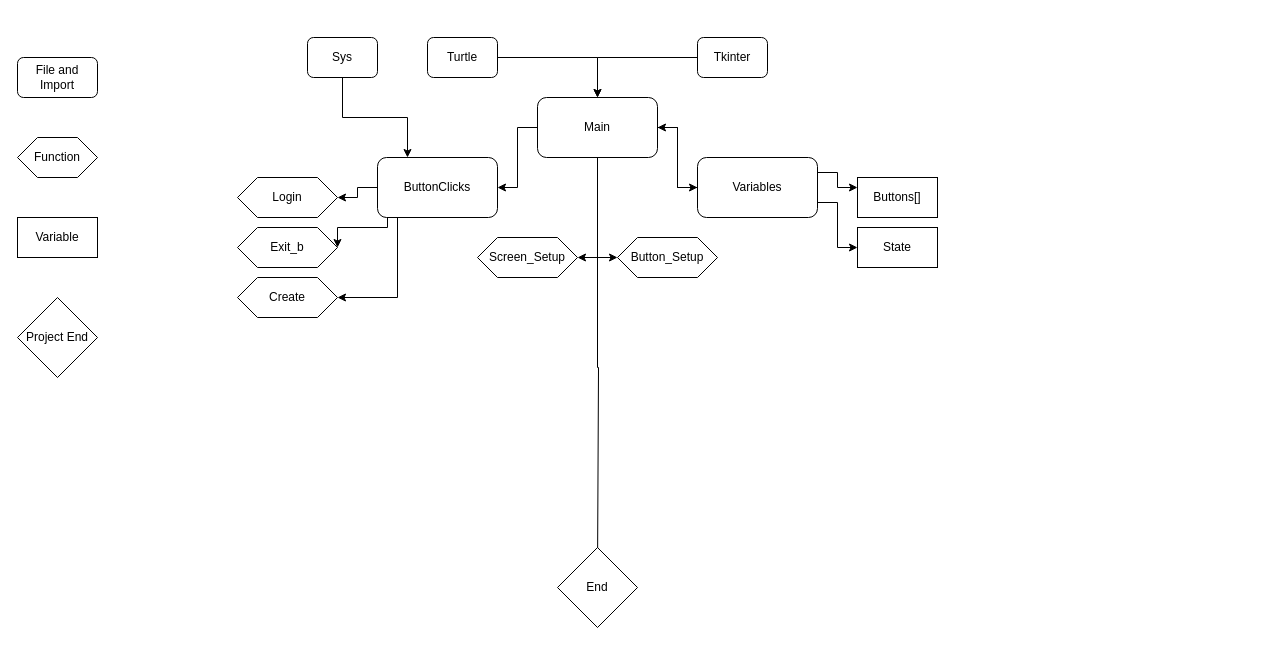
Above: BankingSystem.drawio in GibsonHolben/BankingPythonProject (draw.io), before the change. Source tidied: cells renumbered, new cells numbered last; positions are measured from the earlier drawing's top-left corner, leaving out a move shared by most shapes. Both pictures are drawn from the tidied source at 100%, with x=0, y=0 at pixel (17, 37).
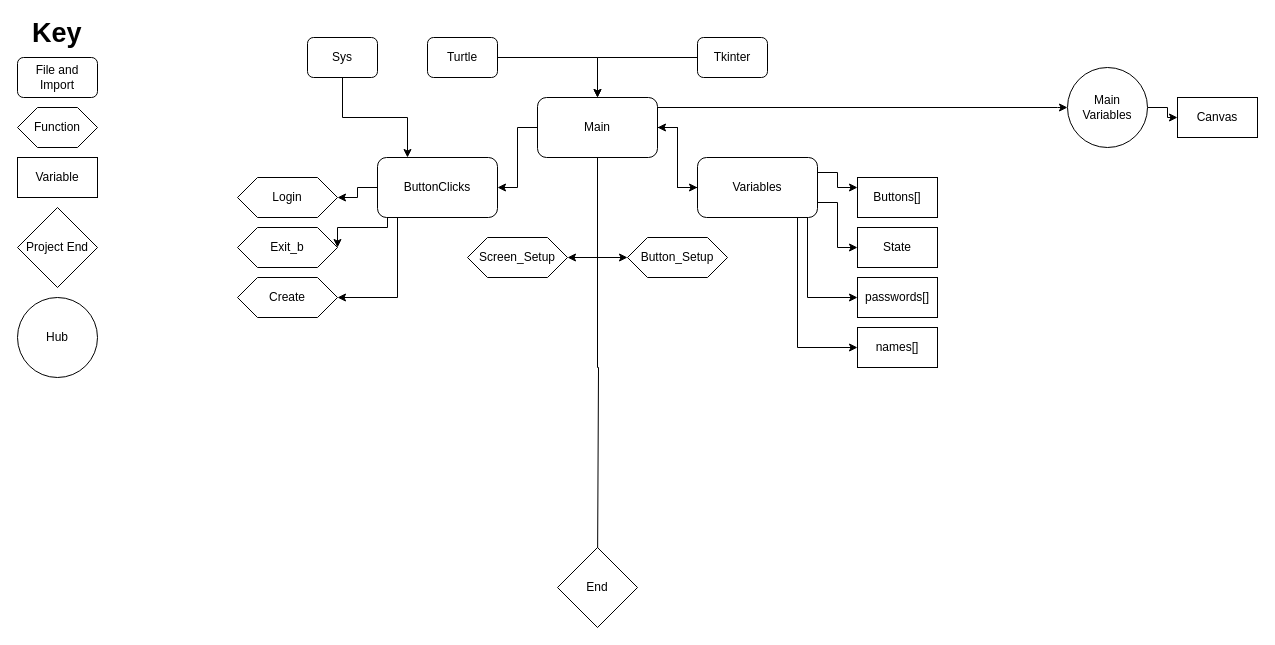
Above is the later version.

The change refers to these unchanged cells:
```xml
<mxCell id="7" value="Main" style="rounded=1;whiteSpace=wrap;html=1;" parent="1" vertex="1">
  <mxGeometry x="520" y="60" width="120" height="60" as="geometry" />
</mxCell>
<mxCell id="15" value="Variables" style="rounded=1;whiteSpace=wrap;html=1;" parent="1" vertex="1">
  <mxGeometry x="680" y="120" width="120" height="60" as="geometry" />
</mxCell>
```

Diff of the diagram source:
```diff
@@
+    <mxCell id="34" style="edgeStyle=orthogonalEdgeStyle;rounded=0;jettySize=auto;html=1;exitX=1;exitY=0.25;exitDx=0;exitDy=0;entryX=0;entryY=0.5;entryDx=0;entryDy=0;" parent="1" edge="1" source="7" target="40">
+      <mxGeometry relative="1" as="geometry">
+        <Array as="points">
+          <mxPoint x="640" y="70" />
+          <mxPoint x="1040" y="70" />
+        </Array>
+      </mxGeometry>
+    </mxCell>
@@
+    <mxCell id="35" style="edgeStyle=orthogonalEdgeStyle;rounded=0;jettySize=auto;html=1;exitX=0.75;exitY=1;exitDx=0;exitDy=0;entryX=0;entryY=0.5;entryDx=0;entryDy=0;" parent="1" edge="1" source="15" target="42">
+      <mxGeometry relative="1" as="geometry">
+        <Array as="points">
+          <mxPoint x="790" y="180" />
+          <mxPoint x="790" y="260" />
+        </Array>
+      </mxGeometry>
+    </mxCell>
+    <mxCell id="36" style="edgeStyle=orthogonalEdgeStyle;rounded=0;jettySize=auto;html=1;exitX=0.5;exitY=1;exitDx=0;exitDy=0;entryX=0;entryY=0.5;entryDx=0;entryDy=0;" parent="1" edge="1" source="15" target="43">
+      <mxGeometry relative="1" as="geometry">
+        <Array as="points">
+          <mxPoint x="780" y="180" />
+          <mxPoint x="780" y="310" />
+        </Array>
+      </mxGeometry>
+    </mxCell>
@@
     <mxCell id="21" value="Function" style="shape=hexagon;perimeter=hexagonPerimeter2;whiteSpace=wrap;html=1;fixedSize=1;" parent="1" vertex="1">
-      <mxGeometry y="100" width="80" height="40" as="geometry" />
+      <mxGeometry y="70" width="80" height="40" as="geometry" />
     </mxCell>
@@
     <mxCell id="24" value="Variable" style="rounded=0;whiteSpace=wrap;html=1;" parent="1" vertex="1">
-      <mxGeometry y="180" width="80" height="40" as="geometry" />
+      <mxGeometry y="120" width="80" height="40" as="geometry" />
     </mxCell>
@@
     <mxCell id="27" value="Project End" style="rhombus;whiteSpace=wrap;html=1;" parent="1" vertex="1">
-      <mxGeometry y="260" width="80" height="80" as="geometry" />
+      <mxGeometry y="170" width="80" height="80" as="geometry" />
     </mxCell>
@@
     <mxCell id="32" value="Screen_Setup" style="shape=hexagon;perimeter=hexagonPerimeter2;whiteSpace=wrap;html=1;fixedSize=1;" parent="1" vertex="1">
-      <mxGeometry x="460" y="200" width="100" height="40" as="geometry" />
+      <mxGeometry x="450" y="200" width="100" height="40" as="geometry" />
     </mxCell>
     <mxCell id="33" value="&lt;div&gt;Button_Setup&lt;/div&gt;" style="shape=hexagon;perimeter=hexagonPerimeter2;whiteSpace=wrap;html=1;fixedSize=1;" parent="1" vertex="1">
-      <mxGeometry x="600" y="200" width="100" height="40" as="geometry" />
+      <mxGeometry x="610" y="200" width="100" height="40" as="geometry" />
     </mxCell>
+    <mxCell id="37" value="Canvas" style="rounded=0;whiteSpace=wrap;html=1;" parent="1" vertex="1">
+      <mxGeometry x="1160" y="60" width="80" height="40" as="geometry" />
+    </mxCell>
+    <mxCell id="38" value="&lt;div&gt;Hub&lt;/div&gt;" style="ellipse;whiteSpace=wrap;html=1;" parent="1" vertex="1">
+      <mxGeometry y="260" width="80" height="80" as="geometry" />
+    </mxCell>
+    <mxCell id="39" style="edgeStyle=orthogonalEdgeStyle;rounded=0;jettySize=auto;html=1;" parent="1" edge="1" source="40" target="37">
+      <mxGeometry relative="1" as="geometry" />
+    </mxCell>
+    <mxCell id="40" value="&lt;div&gt;Main&lt;/div&gt;&lt;div&gt;Variables&lt;/div&gt;" style="ellipse;whiteSpace=wrap;html=1;" parent="1" vertex="1">
+      <mxGeometry x="1050" y="30" width="80" height="80" as="geometry" />
+    </mxCell>
+    <mxCell id="41" value="Key" style="text;html=1;spacing=5;spacingTop=-20;whiteSpace=wrap;overflow=hidden;rounded=0;fontStyle=1;fontSize=27;" parent="1" vertex="1">
+      <mxGeometry x="10" y="-10" width="190" height="120" as="geometry" />
+    </mxCell>
+    <mxCell id="42" value="passwords[]" style="rounded=0;whiteSpace=wrap;html=1;" parent="1" vertex="1">
+      <mxGeometry x="840" y="240" width="80" height="40" as="geometry" />
+    </mxCell>
+    <mxCell id="43" value="names[]" style="rounded=0;whiteSpace=wrap;html=1;" parent="1" vertex="1">
+      <mxGeometry x="840" y="290" width="80" height="40" as="geometry" />
+    </mxCell>
```
